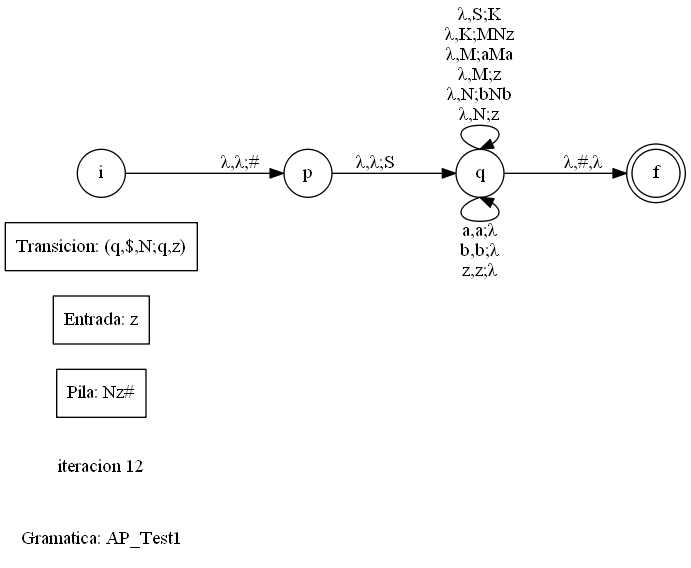
Agrn96/LFP_Proyecto2_201612174 keeps this Graphviz diagram as Documentacion/Grafica12.dot.png. Above is the earlier version. Its source is kept beside it as Documentacion/Grafica12.dot. Source of this version:
```dot
digraph {
	rankdir=LR
	node [shape=plaintext]
	name [label="Gramatica: AP_Test1
"]
	it [label="iteracion 12"]
	node [shape=record]
	P [label="Pila: Nz#"]
	E [label="Entrada: z"]
	tran [label="Transicion: (q,$,N;q,z)"]
	node [shape=doublecircle]
	f
	node [shape=circle]
	i
	p
	q
	i -> p [label="λ,λ;#"]
	p -> q [label="λ,λ;S"]
	q -> f [label="λ,#,λ"]
	q:n -> q:n [label="λ,S;K\nλ,K;MNz\nλ,M;aMa\nλ,M;z\nλ,N;bNb\nλ,N;z\n"]
	q:s -> q:s [label="a,a;λ\nb,b;λ\nz,z;λ\n"]
}
```
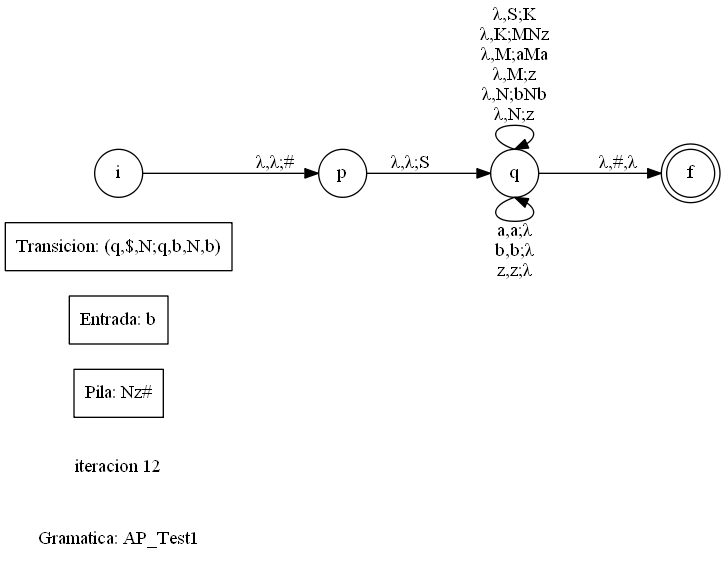
The same file after the commit.

Diff of the diagram source:
```diff
@@ -6,8 +6,8 @@
 	it [label="iteracion 12"]
 	node [shape=record]
 	P [label="Pila: Nz#"]
-	E [label="Entrada: z"]
-	tran [label="Transicion: (q,$,N;q,z)"]
+	E [label="Entrada: b"]
+	tran [label="Transicion: (q,$,N;q,b,N,b)"]
 	node [shape=doublecircle]
 	f
 	node [shape=circle]
```
